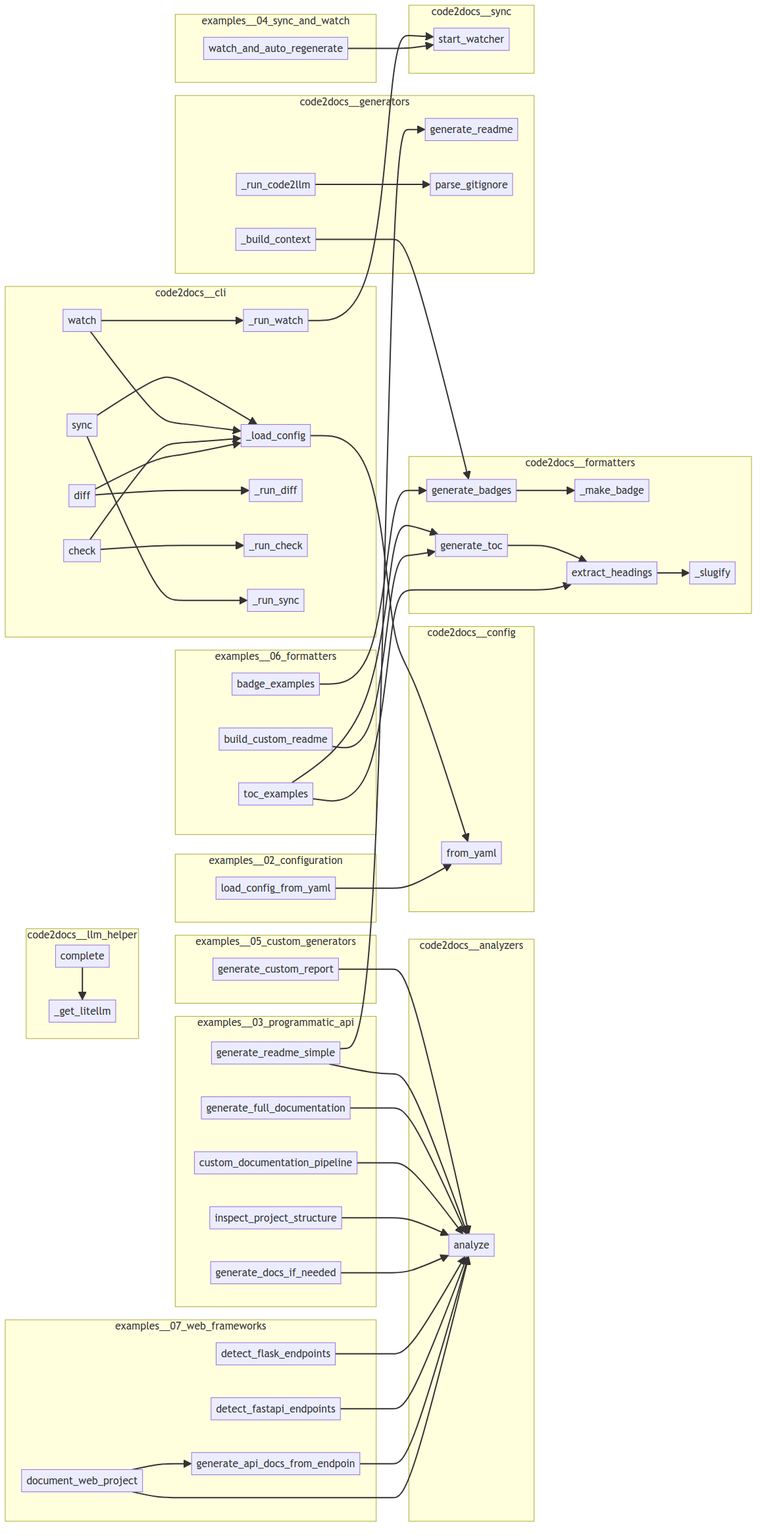
The Mermaid diagram project/calls.png in wronai/code2docs, before a commit. Its source is kept beside it as project/calls.mmd.
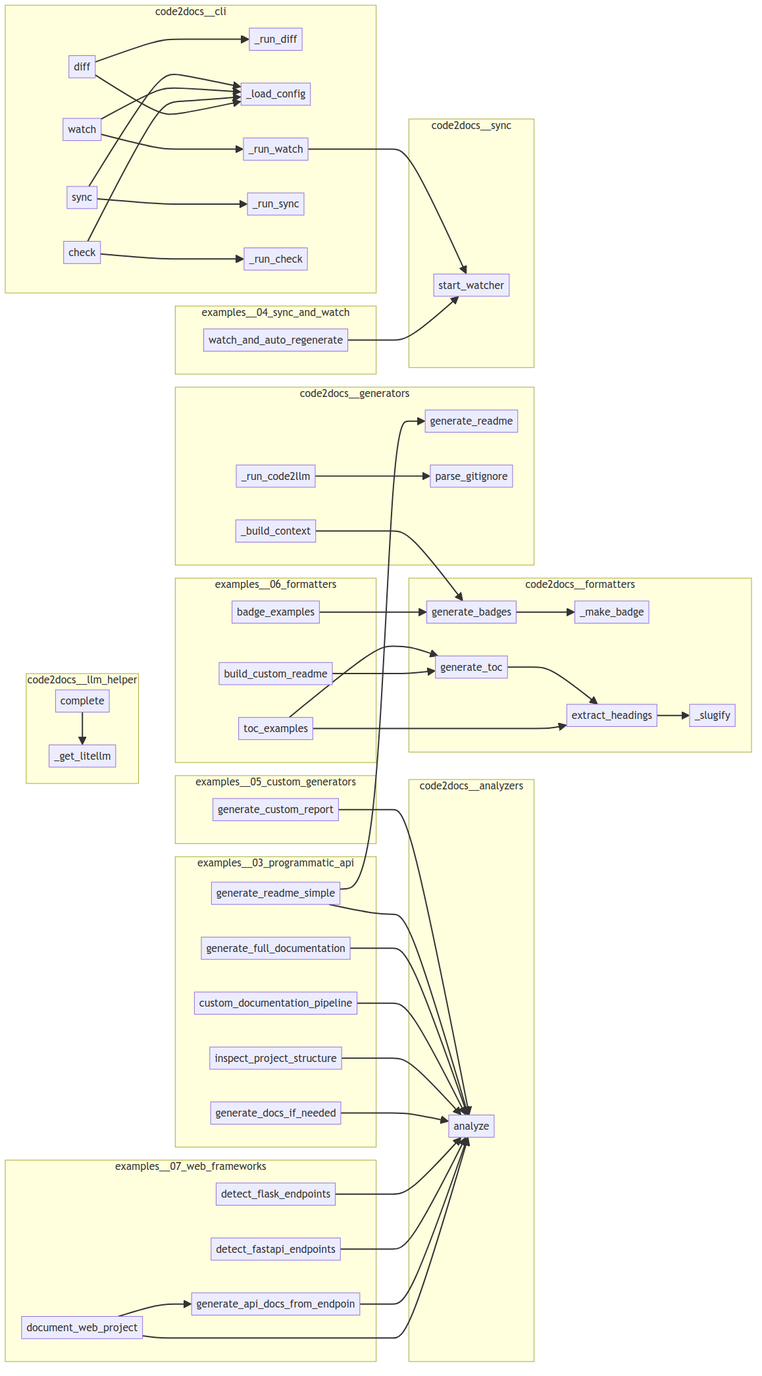
The same diagram one commit later.

Change to the diagram source:
```diff
@@ -3,31 +3,28 @@
         code2docs__analyzers__project_scanner__ProjectScanner__analyze["analyze"]
     end
     subgraph code2docs__cli
-        code2docs__cli___run_check["_run_check"]
         code2docs__cli__diff["diff"]
+        code2docs__cli__watch["watch"]
+        code2docs__cli__sync["sync"]
+        code2docs__cli___run_diff["_run_diff"]
+        code2docs__cli__check["check"]
         code2docs__cli___load_config["_load_config"]
-        code2docs__cli__sync["sync"]
-        code2docs__cli__watch["watch"]
         code2docs__cli___run_watch["_run_watch"]
         code2docs__cli___run_sync["_run_sync"]
-        code2docs__cli__check["check"]
-        code2docs__cli___run_diff["_run_diff"]
-    end
-    subgraph code2docs__config
-        code2docs__config__Code2DocsConfig__from_yaml["from_yaml"]
+        code2docs__cli___run_check["_run_check"]
     end
     subgraph code2docs__formatters
+        code2docs__formatters__toc___slugify["_slugify"]
+        code2docs__formatters__badges__generate_badges["generate_badges"]
+        code2docs__formatters__badges___make_badge["_make_badge"]
         code2docs__formatters__toc__generate_toc["generate_toc"]
         code2docs__formatters__toc__extract_headings["extract_headings"]
-        code2docs__formatters__badges__generate_badges["generate_badges"]
-        code2docs__formatters__badges___make_badge["_make_badge"]
-        code2docs__formatters__toc___slugify["_slugify"]
     end
     subgraph code2docs__generators
+        code2docs__generators__readme_gen__generate_readme["generate_readme"]
+        code2docs__generators__readme_gen__ReadmeGenerator___build_context["_build_context"]
         code2docs__generators__code2llm_gen__Code2LlmGenerator___run_code2llm["_run_code2llm"]
         code2docs__generators__code2llm_gen__parse_gitignore["parse_gitignore"]
-        code2docs__generators__readme_gen__generate_readme["generate_readme"]
-        code2docs__generators__readme_gen__ReadmeGenerator___build_context["_build_context"]
     end
     subgraph code2docs__llm_helper
         code2docs__llm_helper___get_litellm["_get_litellm"]
@@ -36,14 +33,11 @@
     subgraph code2docs__sync
         code2docs__sync__watcher__start_watcher["start_watcher"]
     end
-    subgraph examples__02_configuration
-        examples__02_configuration__load_config_from_yaml["load_config_from_yaml"]
-    end
     subgraph examples__03_programmatic_api
-        examples__03_programmatic_api__custom_documentation_pipeline["custom_documentation_pipeline"]
+        examples__03_programmatic_api__generate_full_documentation["generate_full_documentation"]
         examples__03_programmatic_api__inspect_project_structure["inspect_project_structure"]
         examples__03_programmatic_api__generate_readme_simple["generate_readme_simple"]
-        examples__03_programmatic_api__generate_full_documentation["generate_full_documentation"]
+        examples__03_programmatic_api__custom_documentation_pipeline["custom_documentation_pipeline"]
         examples__03_programmatic_api__generate_docs_if_needed["generate_docs_if_needed"]
     end
     subgraph examples__04_sync_and_watch
@@ -53,21 +47,21 @@
         examples__05_custom_generators__generate_custom_report["generate_custom_report"]
     end
     subgraph examples__06_formatters
-        examples__06_formatters__toc_examples["toc_examples"]
         examples__06_formatters__build_custom_readme["build_custom_readme"]
         examples__06_formatters__badge_examples["badge_examples"]
+        examples__06_formatters__toc_examples["toc_examples"]
     end
     subgraph examples__07_web_frameworks
+        examples__07_web_frameworks__document_web_project["document_web_project"]
+        examples__07_web_frameworks__detect_fastapi_endpoints["detect_fastapi_endpoints"]
         examples__07_web_frameworks__detect_flask_endpoints["detect_flask_endpoints"]
-        examples__07_web_frameworks__detect_fastapi_endpoints["detect_fastapi_endpoints"]
-        examples__07_web_frameworks__document_web_project["document_web_project"]
         examples__07_web_frameworks__generate_api_docs_from_endpoints["generate_api_docs_from_endpoin"]
     end
     code2docs__formatters__badges__generate_badges --> code2docs__formatters__badges___make_badge
     code2docs__formatters__toc__generate_toc --> code2docs__formatters__toc__extract_headings
     code2docs__formatters__toc__extract_headings --> code2docs__formatters__toc___slugify
+    code2docs__generators__readme_gen__ReadmeGenerator___build_context --> code2docs__formatters__badges__generate_badges
     code2docs__generators__code2llm_gen__Code2LlmGenerator___run_code2llm --> code2docs__generators__code2llm_gen__parse_gitignore
-    code2docs__generators__readme_gen__ReadmeGenerator___build_context --> code2docs__formatters__badges__generate_badges
     code2docs__cli__sync --> code2docs__cli___load_config
     code2docs__cli__sync --> code2docs__cli___run_sync
     code2docs__cli__watch --> code2docs__cli___load_config
@@ -76,7 +70,6 @@
     code2docs__cli__check --> code2docs__cli___run_check
     code2docs__cli__diff --> code2docs__cli___load_config
     code2docs__cli__diff --> code2docs__cli___run_diff
-    code2docs__cli___load_config --> code2docs__config__Code2DocsConfig__from_yaml
     code2docs__cli___run_watch --> code2docs__sync__watcher__start_watcher
     examples__04_sync_and_watch__watch_and_auto_regenerate --> code2docs__sync__watcher__start_watcher
     examples__05_custom_generators__generate_custom_report --> code2docs__analyzers__project_scanner__ProjectScanner__analyze
@@ -90,7 +83,6 @@
     examples__03_programmatic_api__custom_documentation_pipeline --> code2docs__analyzers__project_scanner__ProjectScanner__analyze
     examples__03_programmatic_api__inspect_project_structure --> code2docs__analyzers__project_scanner__ProjectScanner__analyze
     examples__03_programmatic_api__generate_docs_if_needed --> code2docs__analyzers__project_scanner__ProjectScanner__analyze
-    examples__02_configuration__load_config_from_yaml --> code2docs__config__Code2DocsConfig__from_yaml
     examples__07_web_frameworks__detect_flask_endpoints --> code2docs__analyzers__project_scanner__ProjectScanner__analyze
     examples__07_web_frameworks__detect_fastapi_endpoints --> code2docs__analyzers__project_scanner__ProjectScanner__analyze
     examples__07_web_frameworks__generate_api_docs_from_endpoints --> code2docs__analyzers__project_scanner__ProjectScanner__analyze
```
